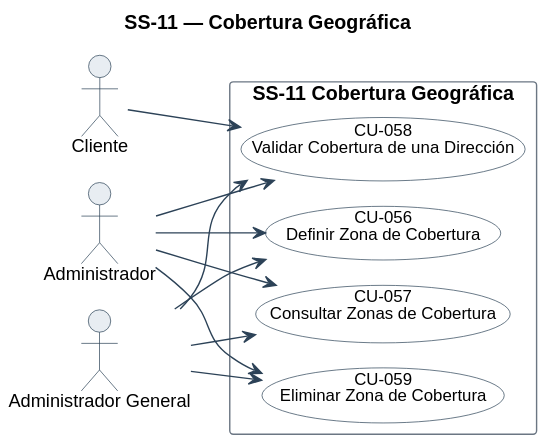
Nahuelito-Dev/splg-docs keeps this PlantUML diagram as diagramas/uml/CU_SS-11_Cobertura-Geografica.svg. Above is the earlier version. Source of this version:
```plantuml
@startuml
!pragma layout smetana
title SS-11 — Cobertura Geográfica
left to right direction
skinparam backgroundColor #FFFFFF
skinparam shadowing false
skinparam defaultFontName Helvetica
skinparam defaultFontSize 13
skinparam ArrowColor #2C4257
skinparam actor {
  BorderColor #2C4257
  BackgroundColor #E8EDF2
}
skinparam usecase {
  BorderColor #2C4257
  BackgroundColor #FFFFFF
  FontSize 12
  BorderColor<<pendiente>> #9C4436
  BackgroundColor<<pendiente>> #F6E4E1
}
skinparam rectangle {
  BorderColor #6B7683
  FontSize 14
  FontStyle bold
}

actor "Cliente" as A1
actor "Administrador" as A3
actor "Administrador General" as A5

rectangle "SS-11 Cobertura Geográfica" {
  usecase "CU-056\nDefinir Zona de Cobertura" as U56
  usecase "CU-057\nConsultar Zonas de Cobertura" as U57
  usecase "CU-058\nValidar Cobertura de una Dirección" as U58
  usecase "CU-059\nEliminar Zona de Cobertura" as U59
}

A3 --> U56
A5 --> U56
A3 --> U57
A5 --> U57
A1 --> U58
A3 --> U58
A5 --> U58
A3 --> U59
A5 --> U59
@enduml
```
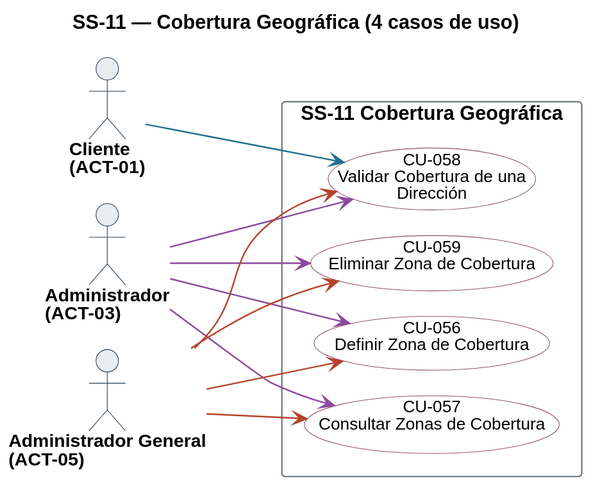
The same diagram one commit later.

What changed in the source:
```diff
@@ -1,22 +1,23 @@
 @startuml
-!pragma layout smetana
-title SS-11 — Cobertura Geográfica
+title SS-11 — Cobertura Geográfica (4 casos de uso)
 left to right direction
 skinparam backgroundColor #FFFFFF
 skinparam shadowing false
 skinparam defaultFontName Helvetica
 skinparam defaultFontSize 13
+skinparam dpi 150
 skinparam ArrowColor #2C4257
+skinparam ArrowThickness 1.1
 skinparam actor {
   BorderColor #2C4257
   BackgroundColor #E8EDF2
+  FontSize 13
+  FontStyle bold
 }
 skinparam usecase {
   BorderColor #2C4257
   BackgroundColor #FFFFFF
   FontSize 12
-  BorderColor<<pendiente>> #9C4436
-  BackgroundColor<<pendiente>> #F6E4E1
 }
 skinparam rectangle {
   BorderColor #6B7683
@@ -24,24 +25,31 @@
   FontStyle bold
 }
 
-actor "Cliente" as A1
-actor "Administrador" as A3
-actor "Administrador General" as A5
+skinparam nodesep 18
+skinparam ranksep 70
+skinparam usecase {
+  BorderColor<<pendiente>> #9C4436
+  BackgroundColor<<pendiente>> #F6E4E1
+}
+
+actor "Cliente\n(ACT-01)" as A01
+actor "Administrador\n(ACT-03)" as A03
+actor "Administrador General\n(ACT-05)" as A05
 
 rectangle "SS-11 Cobertura Geográfica" {
-  usecase "CU-056\nDefinir Zona de Cobertura" as U56
-  usecase "CU-057\nConsultar Zonas de Cobertura" as U57
-  usecase "CU-058\nValidar Cobertura de una Dirección" as U58
-  usecase "CU-059\nEliminar Zona de Cobertura" as U59
+  usecase "CU-056\nDefinir Zona de Cobertura" as U056 #back:FFFFFF;line:8E5566
+  usecase "CU-057\nConsultar Zonas de Cobertura" as U057 #back:FFFFFF;line:8E5566
+  usecase "CU-058\nValidar Cobertura de una\nDirección" as U058 #back:FFFFFF;line:8E5566
+  usecase "CU-059\nEliminar Zona de Cobertura" as U059 #back:FFFFFF;line:8E5566
 }
 
-A3 --> U56
-A5 --> U56
-A3 --> U57
-A5 --> U57
-A1 --> U58
-A3 --> U58
-A5 --> U58
-A3 --> U59
-A5 --> U59
+A01 -[#1F6F8B]-> U058
+A03 -[#8C4A9E]-> U056
+A03 -[#8C4A9E]-> U057
+A03 -[#8C4A9E]-> U058
+A03 -[#8C4A9E]-> U059
+A05 -[#B4432B]-> U056
+A05 -[#B4432B]-> U057
+A05 -[#B4432B]-> U058
+A05 -[#B4432B]-> U059
 @enduml
```
